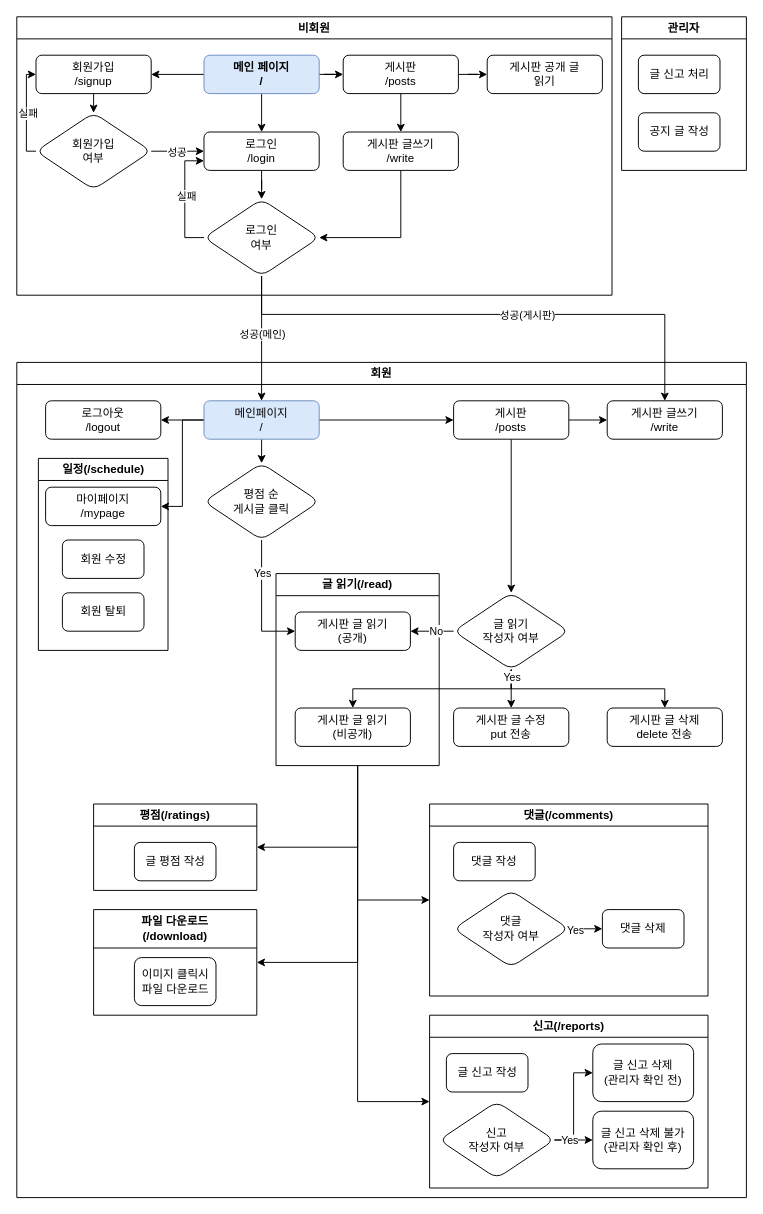
Above: Diagram.drawio in SJC-s/CanReform (draw.io), before the change. Source tidied: cells renumbered, new cells numbered last; positions are measured from the earlier drawing's top-left corner, leaving out a move shared by most shapes. Both pictures are drawn from the tidied source at 96%, with x=0, y=0 at pixel (16, 16).
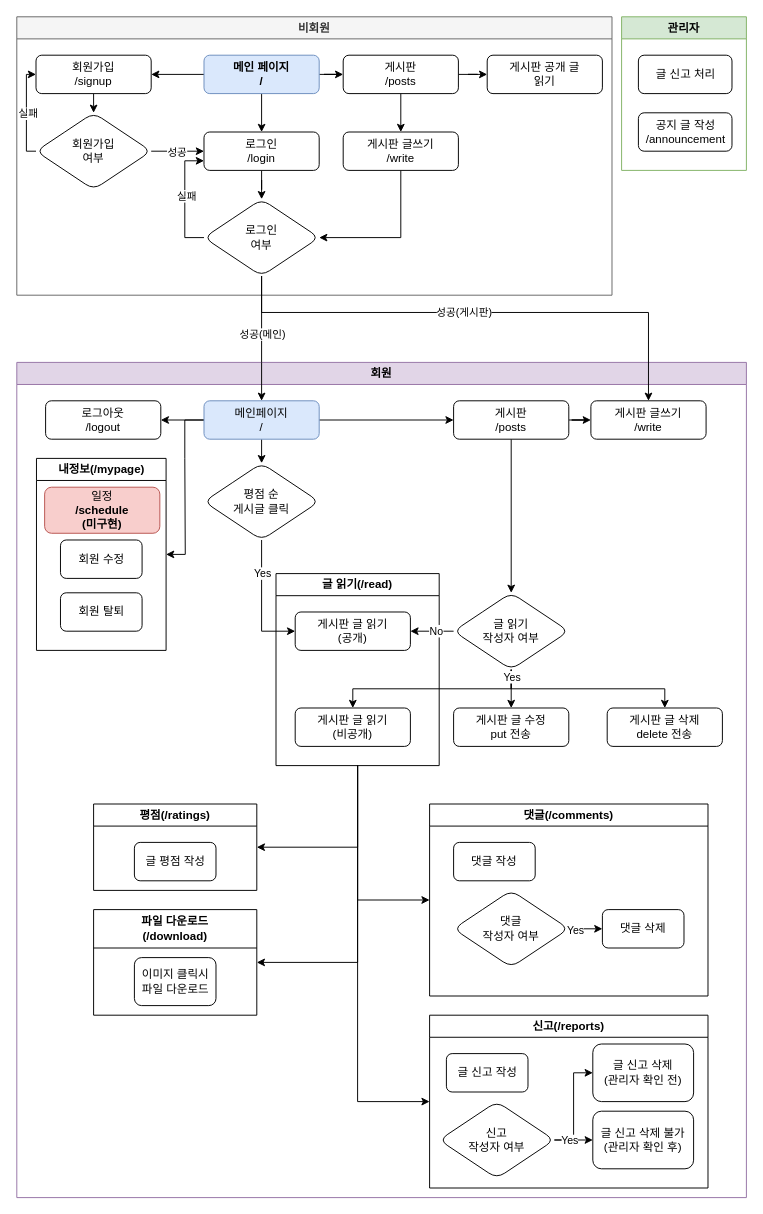
The same diagram, later.

The change refers to these unchanged cells:
```xml
<mxCell id="12" value="로그인&lt;div&gt;여부&lt;/div&gt;" style="rhombus;whiteSpace=wrap;html=1;rounded=1;glass=0;strokeWidth=1;shadow=0;" parent="2" vertex="1">
  <mxGeometry x="195" y="190" width="120" height="80" as="geometry" />
</mxCell>
<mxCell id="37" value="메인페이지&lt;div&gt;/&lt;/div&gt;" style="rounded=1;whiteSpace=wrap;html=1;fontSize=12;glass=0;strokeWidth=1;shadow=0;fillColor=#dae8fc;strokeColor=#6c8ebf;" parent="25" vertex="1">
  <mxGeometry x="195" y="40" width="120" height="40" as="geometry" />
</mxCell>
```

What changed in the source:
```diff
@@
-    <mxCell id="2" value="비회원" style="swimlane;whiteSpace=wrap;html=1;" parent="1" vertex="1">
+    <mxCell id="2" value="비회원" style="swimlane;whiteSpace=wrap;html=1;fillColor=#f5f5f5;fontColor=#333333;strokeColor=#666666;" parent="1" vertex="1">
       <mxGeometry width="620" height="290" as="geometry" />
     </mxCell>
@@
-    <mxCell id="25" value="회원" style="swimlane;whiteSpace=wrap;html=1;" parent="1" vertex="1">
+    <mxCell id="25" value="회원" style="swimlane;whiteSpace=wrap;html=1;fillColor=#e1d5e7;strokeColor=#9673a6;" parent="1" vertex="1">
       <mxGeometry y="360" width="760" height="870" as="geometry" />
     </mxCell>
@@
-    <mxCell id="35" style="edgeStyle=orthogonalEdgeStyle;rounded=0;jettySize=auto;html=1;exitX=0;exitY=0.5;exitDx=0;exitDy=0;entryX=1;entryY=0.5;entryDx=0;entryDy=0;" parent="25" edge="1" source="37" target="52">
-      <mxGeometry relative="1" as="geometry" />
-    </mxCell>
@@
+    <mxCell id="84" style="edgeStyle=orthogonalEdgeStyle;rounded=0;jettySize=auto;html=1;exitX=0;exitY=0.5;exitDx=0;exitDy=0;entryX=1;entryY=0.5;entryDx=0;entryDy=0;" parent="25" edge="1" source="37" target="74">
+      <mxGeometry relative="1" as="geometry" />
+    </mxCell>
@@
     <mxCell id="38" value="게시판 글쓰기&lt;div&gt;/write&lt;/div&gt;" style="whiteSpace=wrap;html=1;rounded=1;glass=0;strokeWidth=1;shadow=0;" parent="25" vertex="1">
-      <mxGeometry x="615" y="40" width="120" height="40" as="geometry" />
+      <mxGeometry x="598" y="40" width="120" height="40" as="geometry" />
     </mxCell>
@@
-    <mxCell id="52" value="마이페이지&lt;div&gt;/mypage&lt;/div&gt;" style="whiteSpace=wrap;html=1;rounded=1;glass=0;strokeWidth=1;shadow=0;" parent="25" vertex="1">
-      <mxGeometry x="30" y="130" width="120" height="40" as="geometry" />
+    <mxCell id="52" value="일정&lt;div&gt;&lt;span style=&quot;font-weight: 700; background-color: initial;&quot;&gt;/schedule&lt;/span&gt;&lt;/div&gt;&lt;div&gt;&lt;span style=&quot;font-weight: 700; background-color: initial;&quot;&gt;(미구현)&lt;/span&gt;&lt;/div&gt;" style="whiteSpace=wrap;html=1;rounded=1;glass=0;strokeWidth=1;shadow=0;fillColor=#f8cecc;strokeColor=#b85450;" parent="25" vertex="1">
+      <mxGeometry x="29" y="130" width="120" height="48" as="geometry" />
     </mxCell>
@@
-    <mxCell id="74" value="일정(/schedule&lt;span style=&quot;background-color: initial;&quot;&gt;)&lt;/span&gt;" style="swimlane;whiteSpace=wrap;html=1;" parent="25" vertex="1">
-      <mxGeometry x="22.5" y="100" width="135" height="200" as="geometry" />
+    <mxCell id="74" value="내정보(/mypage)" style="swimlane;whiteSpace=wrap;html=1;" parent="25" vertex="1">
+      <mxGeometry x="20.5" y="100" width="135" height="200" as="geometry" />
     </mxCell>
@@
-    <mxCell id="79" style="edgeStyle=orthogonalEdgeStyle;rounded=0;jettySize=auto;html=1;exitX=0.5;exitY=1;exitDx=0;exitDy=0;entryX=0.5;entryY=0;entryDx=0;entryDy=0;" parent="1" edge="1" source="12" target="38">
-      <mxGeometry relative="1" as="geometry">
-        <Array as="points">
-          <mxPoint x="255" y="310" />
-          <mxPoint x="675" y="310" />
-        </Array>
-      </mxGeometry>
-    </mxCell>
-    <mxCell id="80" value="성공(게시판)" style="edgeLabel;html=1;align=center;verticalAlign=middle;" parent="79" vertex="1">
-      <mxGeometry x="0.15" relative="1" as="geometry" />
-    </mxCell>
-    <mxCell id="81" value="관리자" style="swimlane;whiteSpace=wrap;html=1;" parent="1" vertex="1">
+    <mxCell id="81" value="관리자" style="swimlane;whiteSpace=wrap;html=1;fillColor=#d5e8d4;strokeColor=#82b366;" parent="1" vertex="1">
       <mxGeometry x="630" width="130" height="160" as="geometry" />
     </mxCell>
     <mxCell id="82" value="글 신고 처리" style="whiteSpace=wrap;html=1;rounded=1;glass=0;strokeWidth=1;shadow=0;" parent="81" vertex="1">
-      <mxGeometry x="17.5" y="40" width="85" height="40" as="geometry" />
+      <mxGeometry x="17.5" y="40" width="97.5" height="40" as="geometry" />
     </mxCell>
-    <mxCell id="83" value="공지 글 작성" style="whiteSpace=wrap;html=1;rounded=1;glass=0;strokeWidth=1;shadow=0;" parent="81" vertex="1">
-      <mxGeometry x="17.5" y="100" width="85" height="40" as="geometry" />
+    <mxCell id="83" value="공지 글 작성&lt;div&gt;/announcement&lt;/div&gt;" style="whiteSpace=wrap;html=1;rounded=1;glass=0;strokeWidth=1;shadow=0;" parent="81" vertex="1">
+      <mxGeometry x="17.5" y="100" width="97.5" height="40" as="geometry" />
     </mxCell>
+    <mxCell id="79" style="edgeStyle=orthogonalEdgeStyle;rounded=0;jettySize=auto;html=1;exitX=0.5;exitY=1;exitDx=0;exitDy=0;entryX=0.5;entryY=0;entryDx=0;entryDy=0;" parent="1" edge="1" source="12" target="38">
+      <mxGeometry relative="1" as="geometry">
+        <Array as="points">
+          <mxPoint x="255" y="308" />
+          <mxPoint x="658" y="308" />
+        </Array>
+      </mxGeometry>
+    </mxCell>
+    <mxCell id="80" value="성공(게시판)" style="edgeLabel;html=1;align=center;verticalAlign=middle;" parent="79" vertex="1">
+      <mxGeometry x="-0.07" y="1" relative="1" as="geometry" />
+    </mxCell>
```
